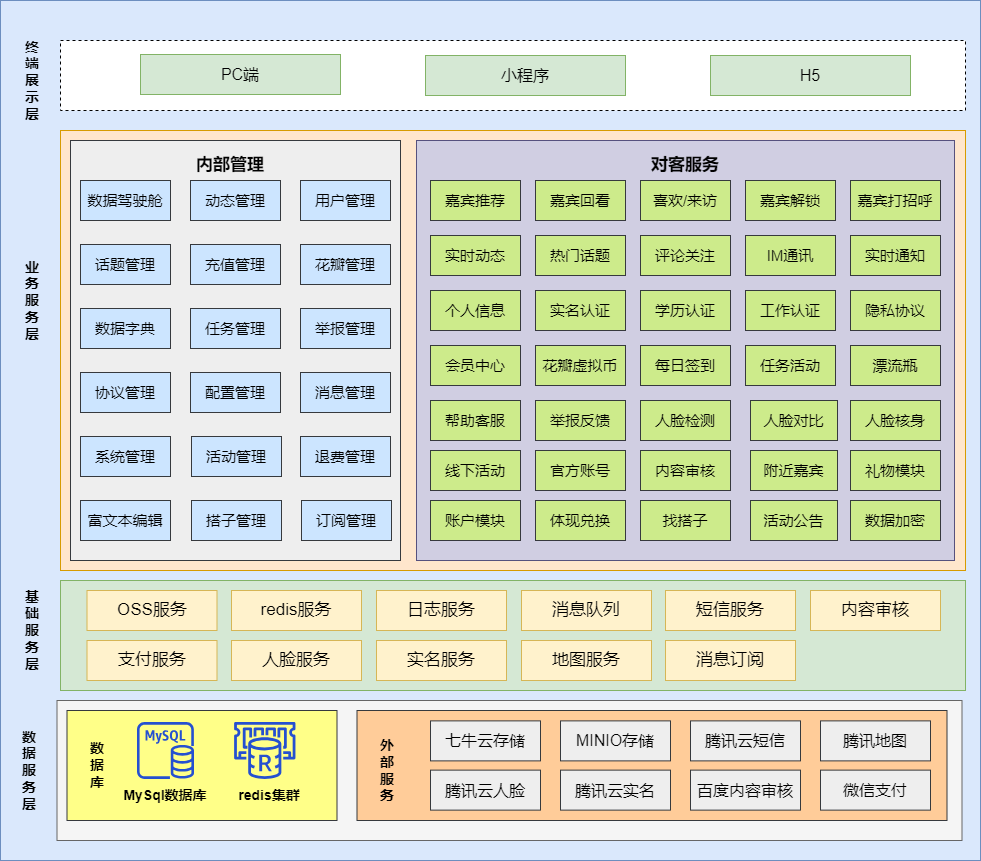
Before: images/love-main.png, a diagram exported from draw.io (liuwei1993/linfeng). Source tidied: cells renumbered, new cells last; positions are measured from the earlier drawing's top-left corner, leaving out a move shared by most shapes.
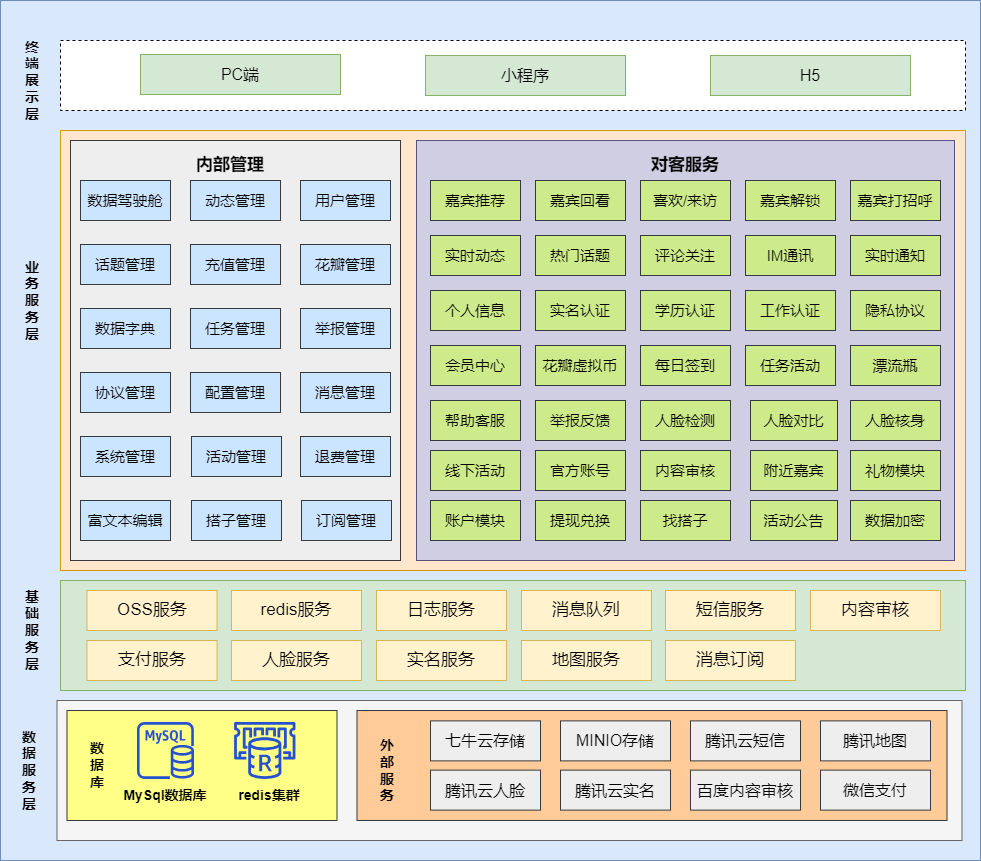
The same file after the commit.

Change to the diagram source:
```diff
@@ -224,7 +224,7 @@
     <mxCell id="75" value="礼物模块" style="rounded=0;whiteSpace=wrap;html=1;fillColor=#cdeb8b;strokeColor=#36393d;labelBackgroundColor=none;fontSize=15;" parent="1" vertex="1">
       <mxGeometry x="850" y="450" width="90" height="40" as="geometry" />
     </mxCell>
-    <mxCell id="76" value="体现兑换" style="rounded=0;whiteSpace=wrap;html=1;fillColor=#cdeb8b;strokeColor=#36393d;labelBackgroundColor=none;fontSize=15;" parent="1" vertex="1">
+    <mxCell id="76" value="提现兑换" style="rounded=0;whiteSpace=wrap;html=1;fillColor=#cdeb8b;strokeColor=#36393d;labelBackgroundColor=none;fontSize=15;" parent="1" vertex="1">
       <mxGeometry x="535" y="500" width="90" height="40" as="geometry" />
     </mxCell>
     <mxCell id="77" value="账户模块" style="rounded=0;whiteSpace=wrap;html=1;fillColor=#cdeb8b;strokeColor=#36393d;labelBackgroundColor=none;fontSize=15;" parent="1" vertex="1">
```
